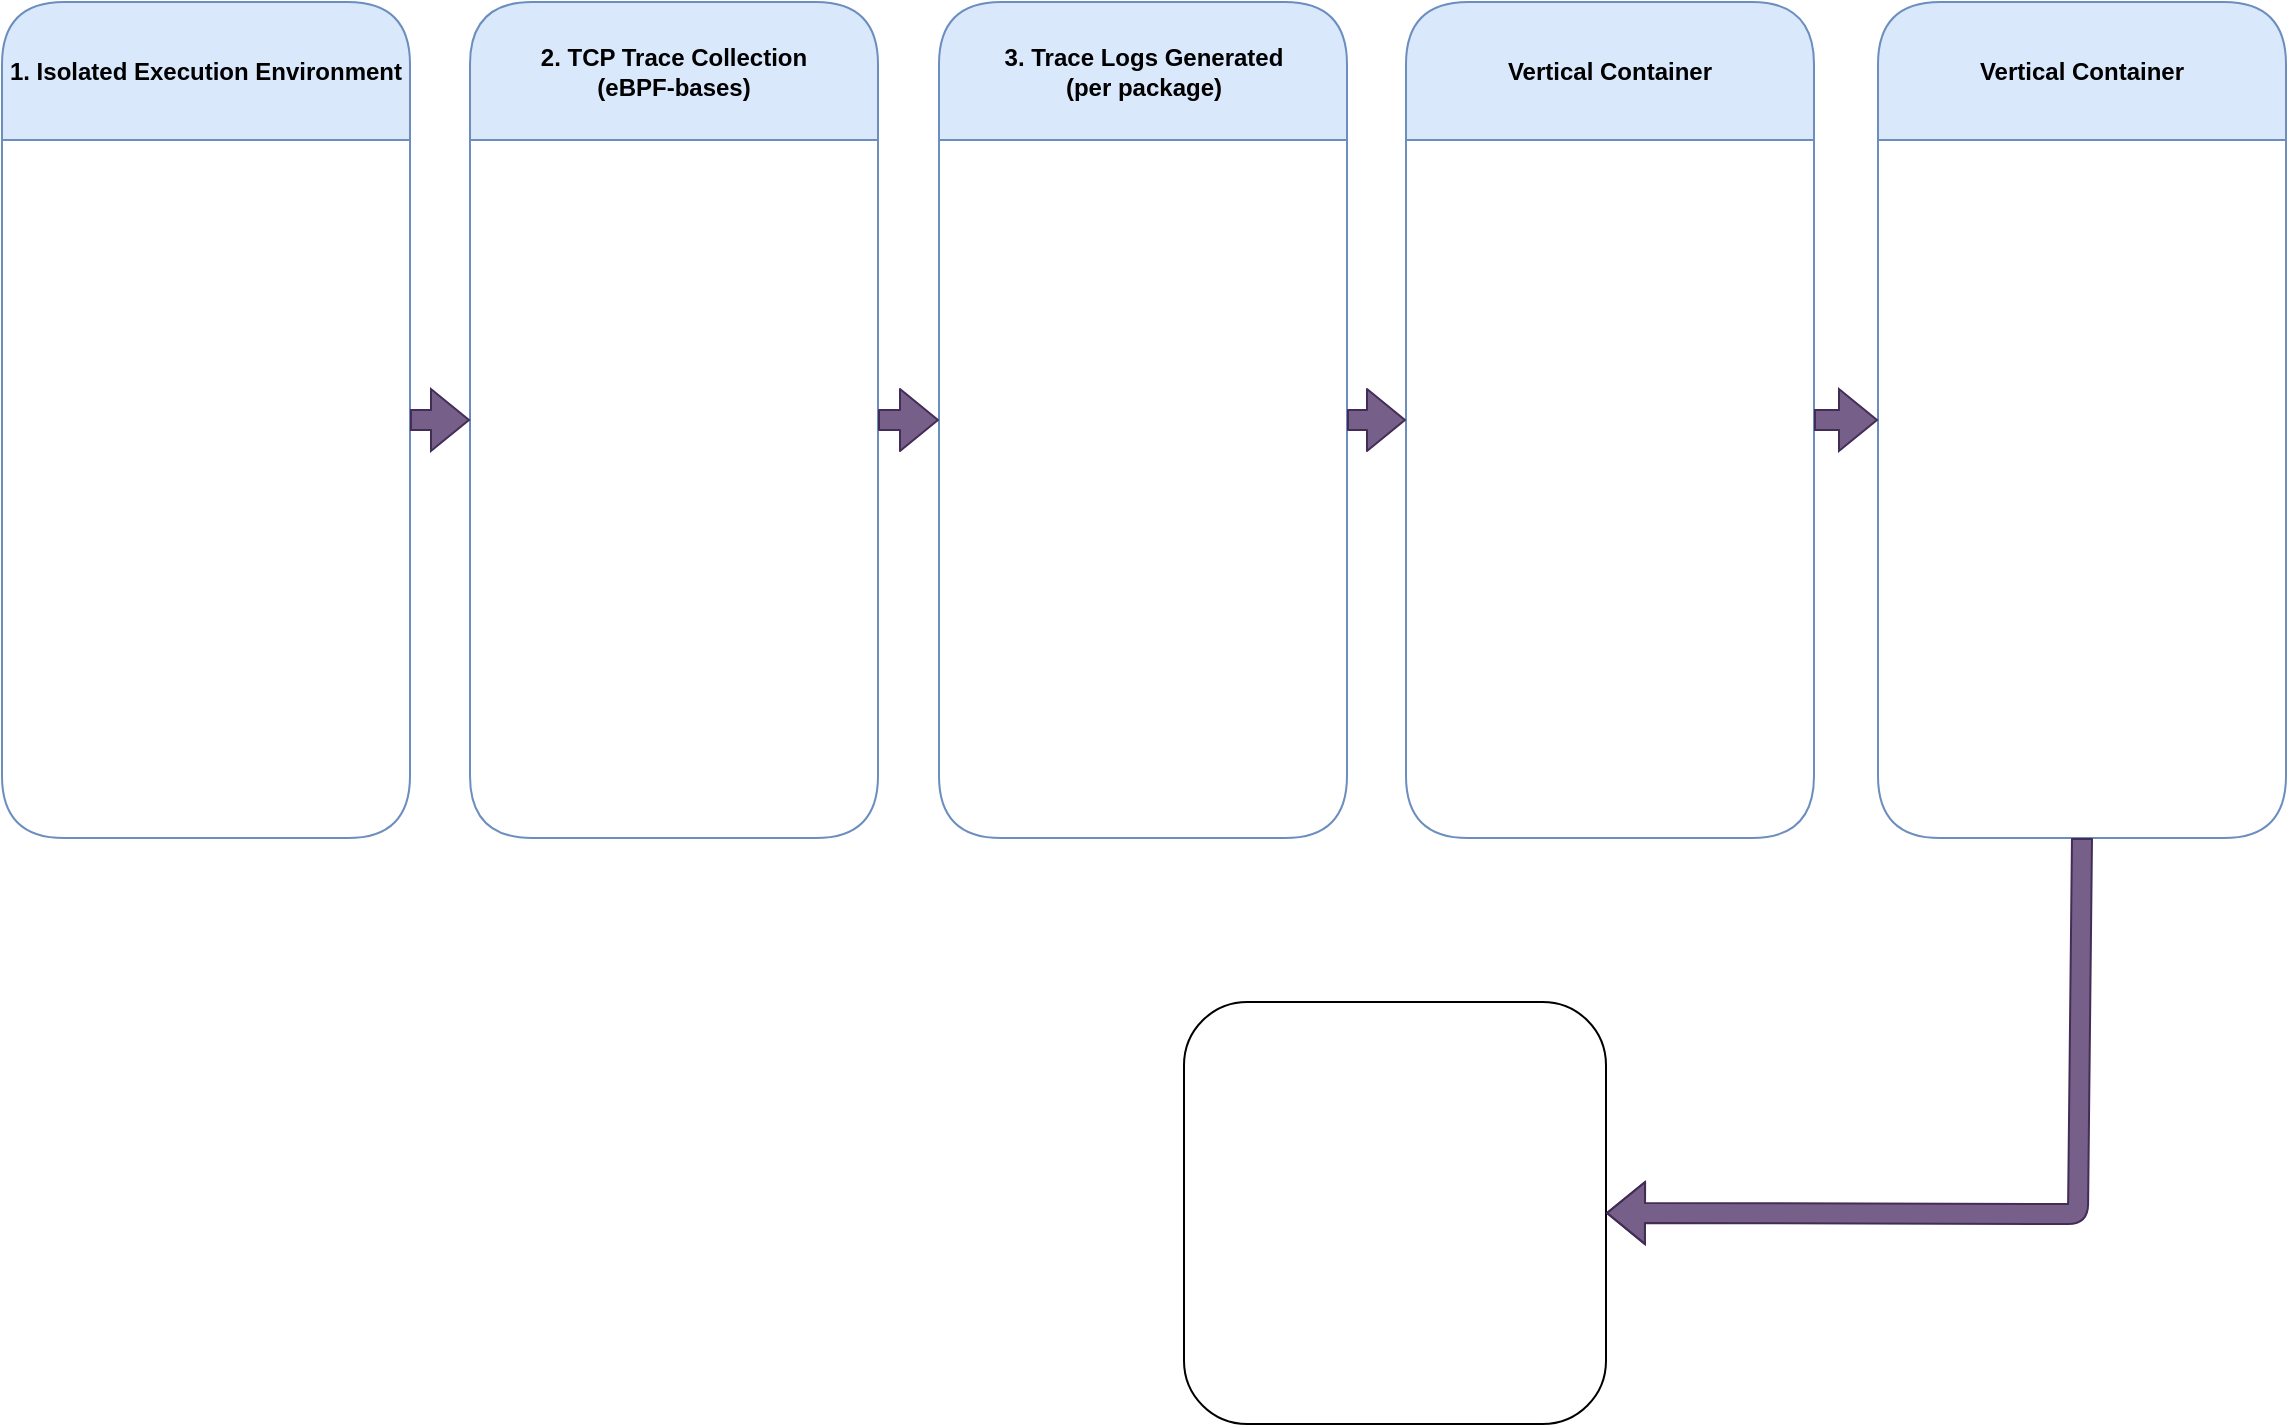
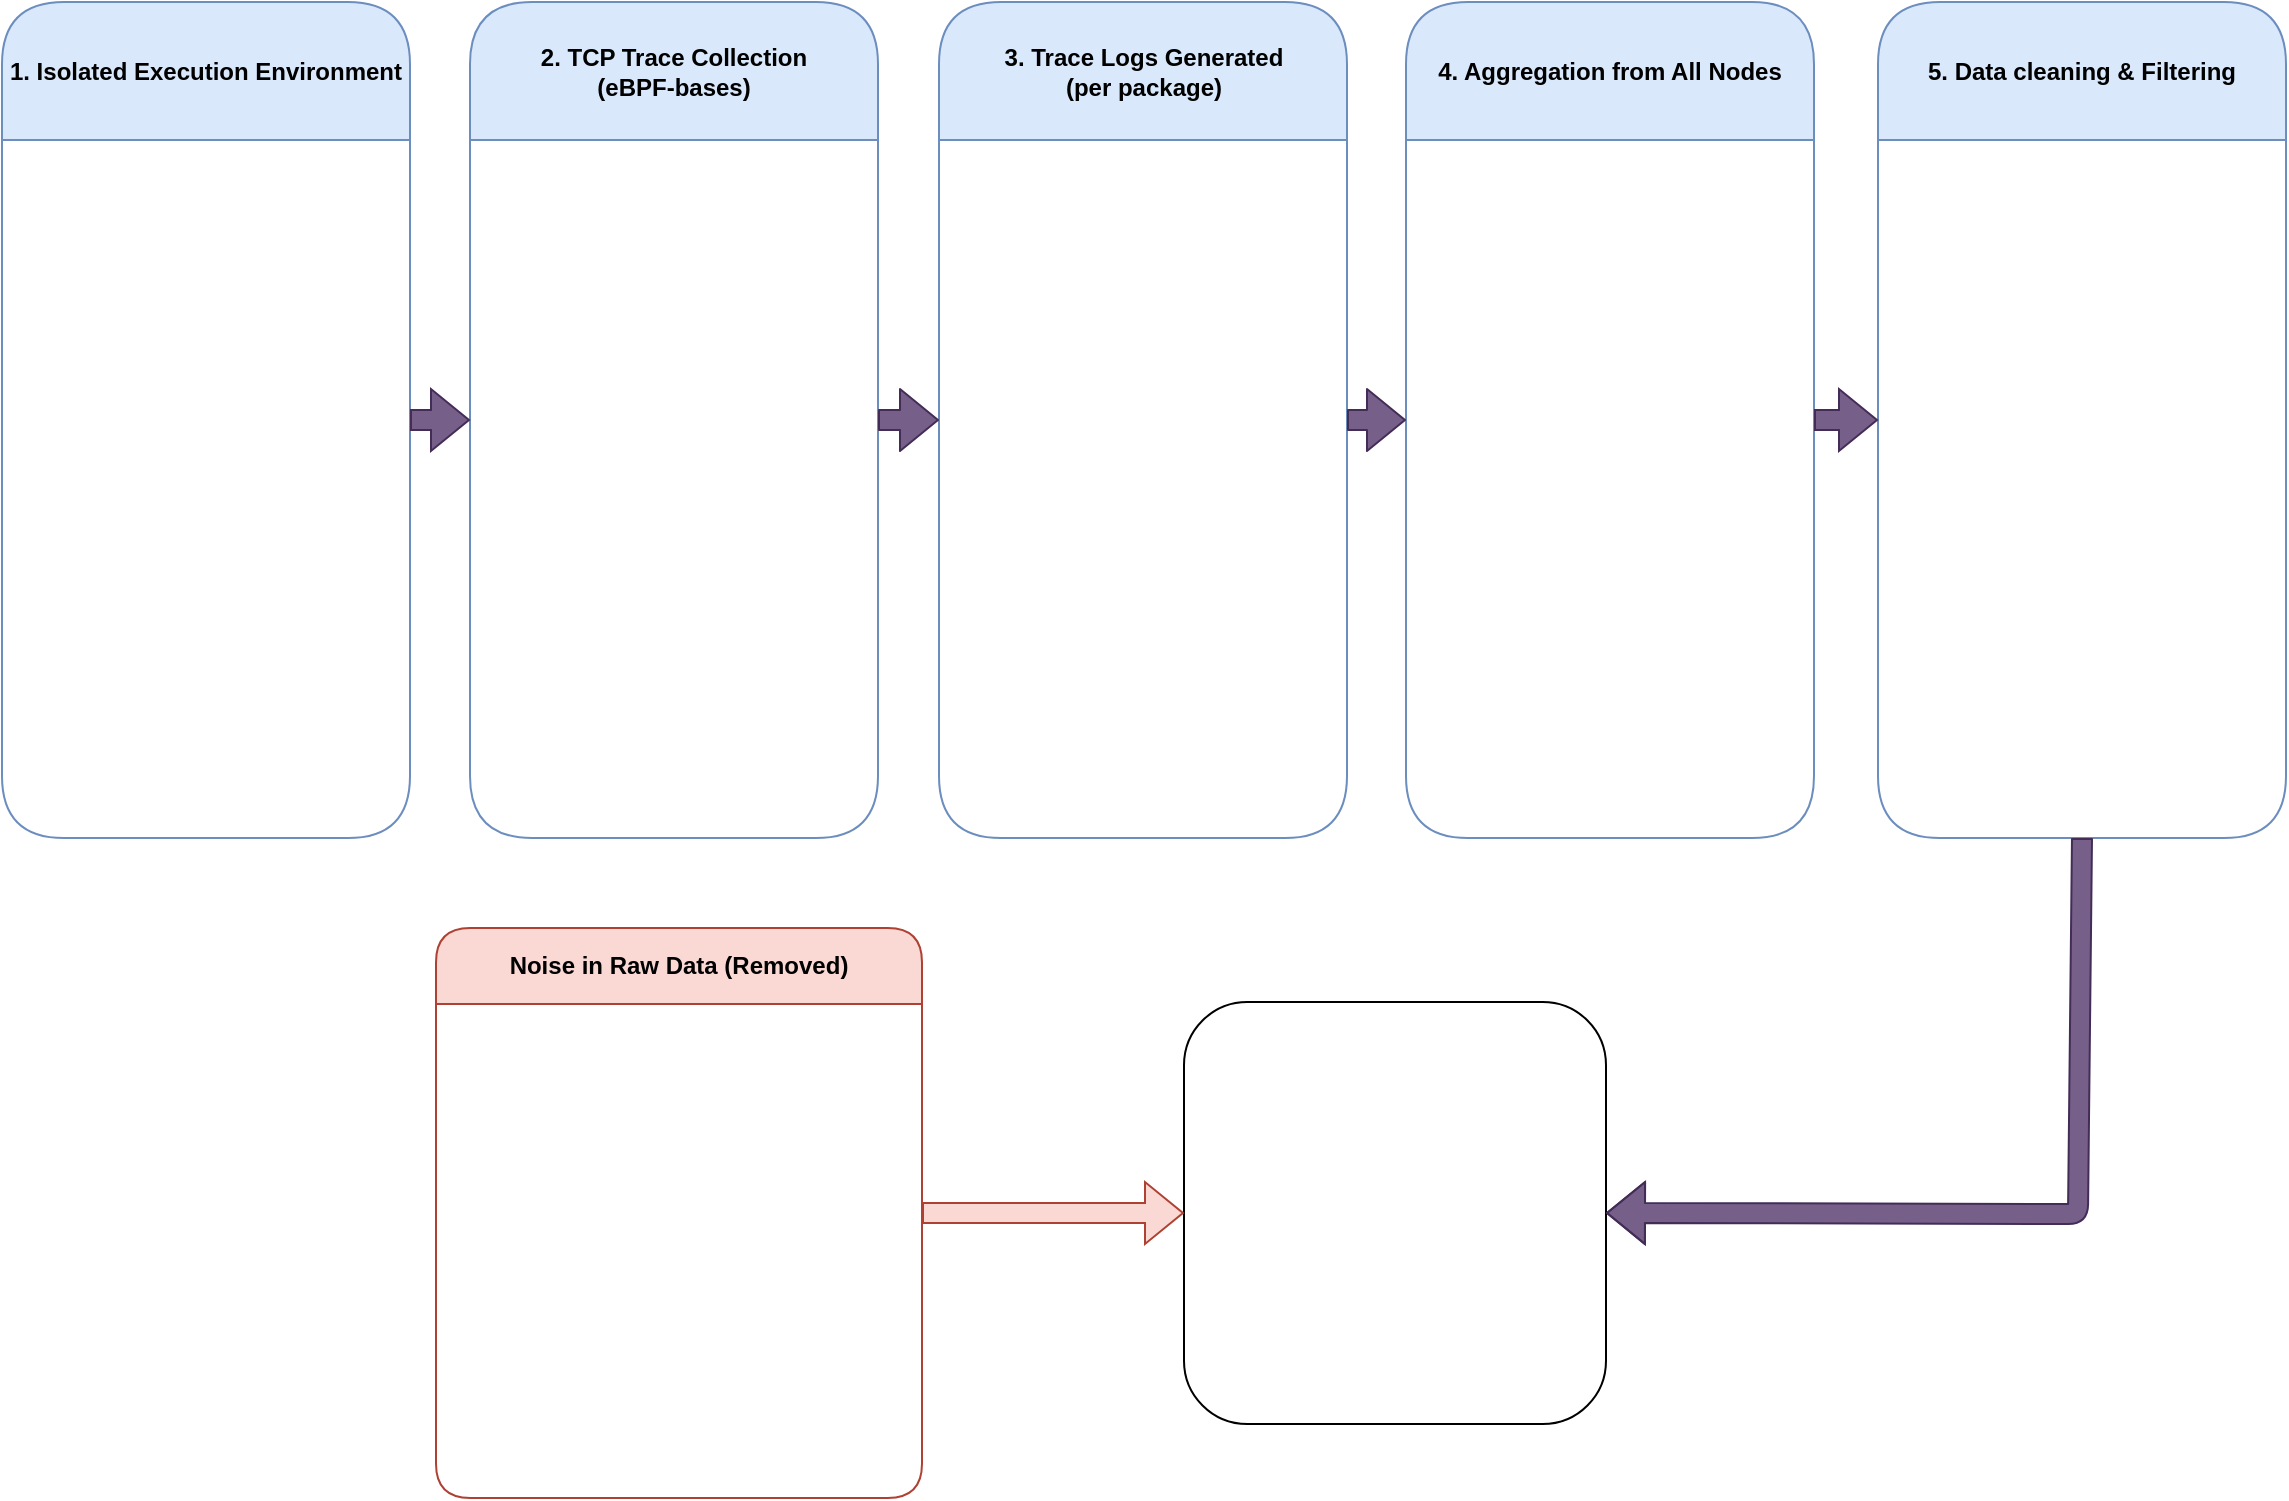
<mxfile host="app.diagrams.net">
  <diagram name="Page-1" id="8kyjSIY6fsYWo43MdOdE">
    <mxGraphModel dx="1406" dy="814" grid="0" gridSize="10" guides="1" tooltips="1" connect="1" arrows="1" fold="1" page="1" pageScale="1" pageWidth="1181" pageHeight="827" background="none" math="0" shadow="0">
      <root>
        <mxCell id="0" />
        <mxCell id="1" parent="0" />
        <mxCell id="yPxf8Ypyw46N0n0ri4En-1" parent="1" style="swimlane;whiteSpace=wrap;html=1;swimlaneFillColor=none;rounded=1;startSize=69;strokeColor=#6c8ebf;fillColor=#dae8fc;" value="1. Isolated Execution Environment" vertex="1">
          <mxGeometry height="418" width="204" x="20" y="29" as="geometry" />
        </mxCell>
        <mxCell id="yPxf8Ypyw46N0n0ri4En-4" parent="1" style="swimlane;whiteSpace=wrap;html=1;swimlaneFillColor=none;rounded=1;startSize=69;strokeColor=#6c8ebf;fillColor=#dae8fc;" value="2. TCP Trace Collection&lt;div&gt;(eBPF-bases)&lt;/div&gt;" vertex="1">
          <mxGeometry height="418" width="204" x="254" y="29" as="geometry" />
        </mxCell>
        <mxCell id="yPxf8Ypyw46N0n0ri4En-5" parent="1" style="swimlane;whiteSpace=wrap;html=1;swimlaneFillColor=none;rounded=1;startSize=69;strokeColor=#6c8ebf;fillColor=#dae8fc;" value="3. Trace Logs Generated&lt;div&gt;(per package)&lt;/div&gt;" vertex="1">
          <mxGeometry height="418" width="204" x="488.5" y="29" as="geometry" />
        </mxCell>
-         <mxCell id="yPxf8Ypyw46N0n0ri4En-6" parent="1" style="swimlane;whiteSpace=wrap;html=1;swimlaneFillColor=none;rounded=1;startSize=69;strokeColor=#6c8ebf;fillColor=#dae8fc;" value="Vertical Container" vertex="1">
+         <mxCell id="yPxf8Ypyw46N0n0ri4En-6" parent="1" style="swimlane;whiteSpace=wrap;html=1;swimlaneFillColor=none;rounded=1;startSize=69;strokeColor=#6c8ebf;fillColor=#dae8fc;" value="4. Aggregation from All Nodes" vertex="1">
          <mxGeometry height="418" width="204" x="722" y="29" as="geometry" />
        </mxCell>
-         <mxCell id="yPxf8Ypyw46N0n0ri4En-7" parent="1" style="swimlane;whiteSpace=wrap;html=1;swimlaneFillColor=none;rounded=1;startSize=69;strokeColor=#6c8ebf;fillColor=#dae8fc;" value="Vertical Container" vertex="1">
+         <mxCell id="yPxf8Ypyw46N0n0ri4En-7" parent="1" style="swimlane;whiteSpace=wrap;html=1;swimlaneFillColor=none;rounded=1;startSize=69;strokeColor=#6c8ebf;fillColor=#dae8fc;" value="5. Data cleaning &amp;amp; Filtering" vertex="1">
          <mxGeometry height="418" width="204" x="958" y="29" as="geometry" />
        </mxCell>
        <mxCell id="yPxf8Ypyw46N0n0ri4En-8" parent="1" style="whiteSpace=wrap;html=1;aspect=fixed;rounded=1;strokeWidth=1;" value="" vertex="1">
          <mxGeometry height="211" width="211" x="611" y="529" as="geometry" />
        </mxCell>
        <mxCell id="yPxf8Ypyw46N0n0ri4En-9" edge="1" parent="1" source="yPxf8Ypyw46N0n0ri4En-7" style="endArrow=classic;html=1;rounded=1;exitX=0.5;exitY=1;exitDx=0;exitDy=0;entryX=1;entryY=0.5;entryDx=0;entryDy=0;shape=flexArrow;strokeWidth=1;strokeColor=#432D57;fillColor=#76608a;" target="yPxf8Ypyw46N0n0ri4En-8" value="">
          <mxGeometry height="50" relative="1" width="50" as="geometry">
            <Array as="points">
              <mxPoint x="1058" y="635" />
            </Array>
            <mxPoint x="567" y="544" as="sourcePoint" />
            <mxPoint x="617" y="494" as="targetPoint" />
          </mxGeometry>
        </mxCell>
        <mxCell id="yPxf8Ypyw46N0n0ri4En-10" edge="1" parent="1" source="yPxf8Ypyw46N0n0ri4En-4" style="endArrow=classic;html=1;rounded=1;exitX=1;exitY=0.5;exitDx=0;exitDy=0;entryX=0;entryY=0.5;entryDx=0;entryDy=0;shape=flexArrow;fillColor=#76608a;strokeColor=#432D57;" target="yPxf8Ypyw46N0n0ri4En-5" value="">
          <mxGeometry height="50" relative="1" width="50" as="geometry">
            <mxPoint x="567" y="444" as="sourcePoint" />
            <mxPoint x="617" y="394" as="targetPoint" />
          </mxGeometry>
        </mxCell>
        <mxCell id="9OX9V2n5WXdKuxMzRrJa-1" edge="1" parent="1" source="yPxf8Ypyw46N0n0ri4En-5" style="endArrow=classic;html=1;rounded=1;exitX=1;exitY=0.5;exitDx=0;exitDy=0;entryX=0;entryY=0.5;entryDx=0;entryDy=0;shape=flexArrow;fillColor=#76608a;strokeColor=#432D57;" target="yPxf8Ypyw46N0n0ri4En-6" value="">
          <mxGeometry height="50" relative="1" width="50" as="geometry">
            <mxPoint x="565" y="444" as="sourcePoint" />
            <mxPoint x="615" y="394" as="targetPoint" />
          </mxGeometry>
        </mxCell>
        <mxCell id="9OX9V2n5WXdKuxMzRrJa-2" edge="1" parent="1" source="yPxf8Ypyw46N0n0ri4En-6" style="endArrow=classic;html=1;rounded=0;exitX=1;exitY=0.5;exitDx=0;exitDy=0;entryX=0;entryY=0.5;entryDx=0;entryDy=0;shape=flexArrow;fillColor=#76608a;strokeColor=#432D57;" target="yPxf8Ypyw46N0n0ri4En-7" value="">
          <mxGeometry height="50" relative="1" width="50" as="geometry">
            <mxPoint x="565" y="444" as="sourcePoint" />
            <mxPoint x="615" y="394" as="targetPoint" />
          </mxGeometry>
        </mxCell>
        <mxCell id="9OX9V2n5WXdKuxMzRrJa-3" edge="1" parent="1" source="yPxf8Ypyw46N0n0ri4En-1" style="endArrow=classic;html=1;rounded=0;exitX=1;exitY=0.5;exitDx=0;exitDy=0;entryX=0;entryY=0.5;entryDx=0;entryDy=0;shape=flexArrow;fillColor=#76608a;strokeColor=#432D57;" target="yPxf8Ypyw46N0n0ri4En-4" value="">
          <mxGeometry height="50" relative="1" width="50" as="geometry">
            <mxPoint x="565" y="444" as="sourcePoint" />
            <mxPoint x="615" y="394" as="targetPoint" />
          </mxGeometry>
        </mxCell>
+         <mxCell id="9OX9V2n5WXdKuxMzRrJa-4" parent="1" style="swimlane;whiteSpace=wrap;html=1;startSize=38;rounded=1;fillColor=#fad9d5;strokeColor=#ae4132;" value="Noise in Raw Data (Removed)" vertex="1">
+           <mxGeometry height="285" width="243" x="237" y="492" as="geometry" />
+         </mxCell>
+         <mxCell id="9OX9V2n5WXdKuxMzRrJa-5" edge="1" parent="1" source="9OX9V2n5WXdKuxMzRrJa-4" style="endArrow=classic;html=1;rounded=0;exitX=1;exitY=0.5;exitDx=0;exitDy=0;entryX=0;entryY=0.5;entryDx=0;entryDy=0;shape=flexArrow;fillColor=#fad9d5;strokeColor=#ae4132;" target="yPxf8Ypyw46N0n0ri4En-8" value="">
+           <mxGeometry height="50" relative="1" width="50" as="geometry">
+             <mxPoint x="565" y="437" as="sourcePoint" />
+             <mxPoint x="615" y="387" as="targetPoint" />
+           </mxGeometry>
+         </mxCell>
      </root>
    </mxGraphModel>
  </diagram>
</mxfile>
